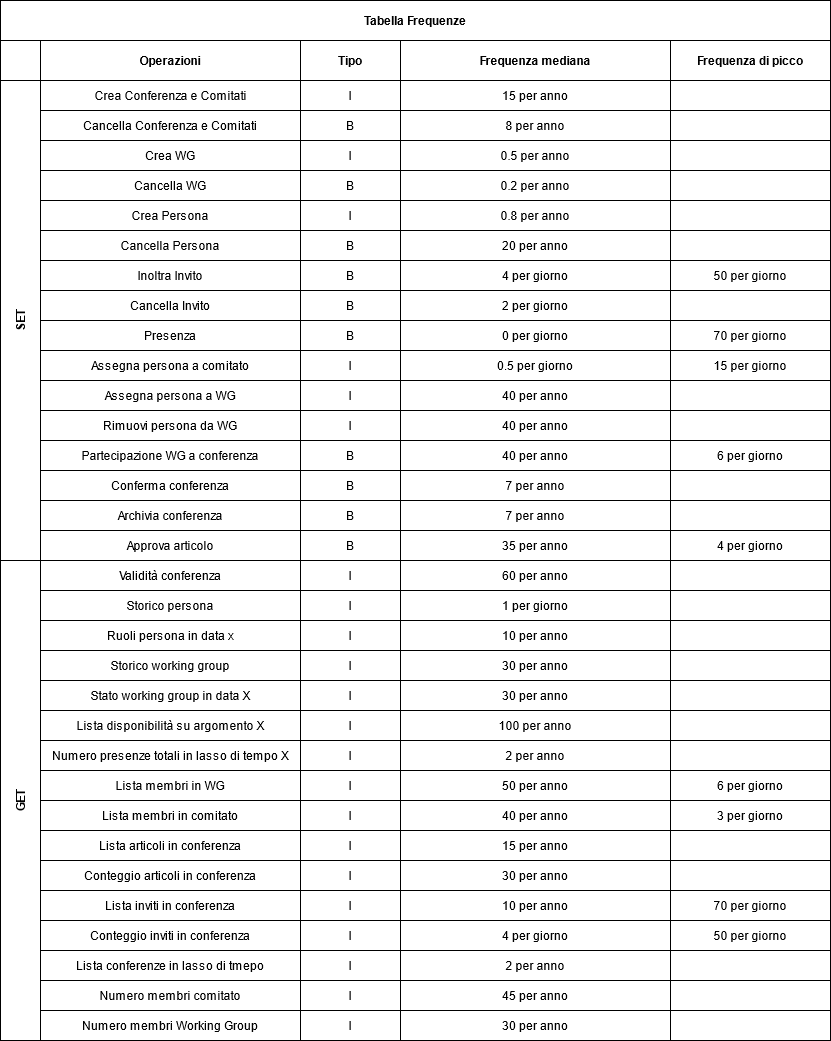
Earlier version of the draw.io export Risorse/Tabella_Frequenze.png (GionaCantarutti/ProgettoDatabaseUniudGEMM). Source tidied: cells renumbered, new cells last; positions are measured from the earlier drawing's top-left corner, leaving out a move shared by most shapes.
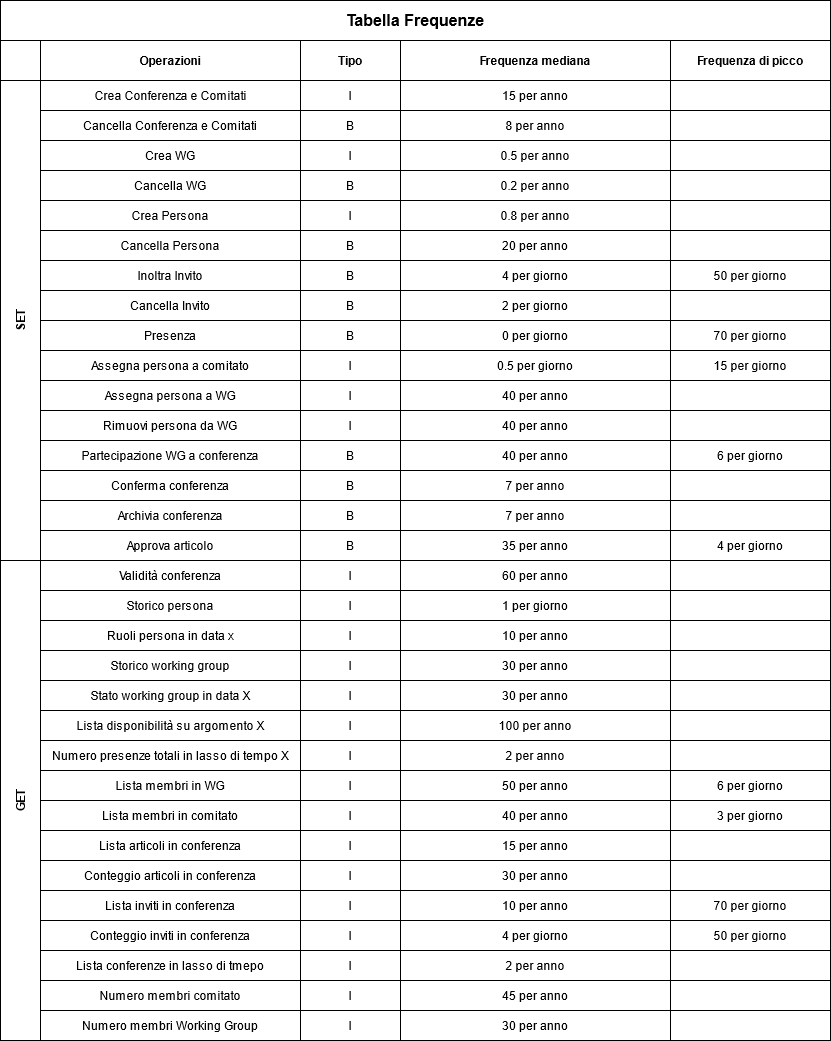
The same diagram one commit later.

Commit message:
Sostituito i file delle frequenze

Change to the diagram source:
```diff
@@ -2,7 +2,7 @@
   <root>
     <mxCell id="0" style="html=1;" />
     <mxCell id="1" style="html=1;" parent="0" />
-    <mxCell id="2" value="Tabella Frequenze" style="shape=table;rowLines=0;columnLines=0;startSize=40;html=1;whiteSpace=wrap;fontStyle=1;align=center;" parent="1" vertex="1">
+    <mxCell id="2" value="&lt;font style=&quot;font-size: 16px&quot;&gt;Tabella Frequenze&lt;/font&gt;" style="shape=table;rowLines=0;columnLines=0;startSize=40;html=1;whiteSpace=wrap;fontStyle=1;align=center;" parent="1" vertex="1">
       <mxGeometry width="830" height="1040" as="geometry" />
     </mxCell>
     <mxCell id="3" style="swimlane;horizontal=0;startSize=40;html=1;whiteSpace=wrap;fontStyle=1;" parent="2" vertex="1">
```
